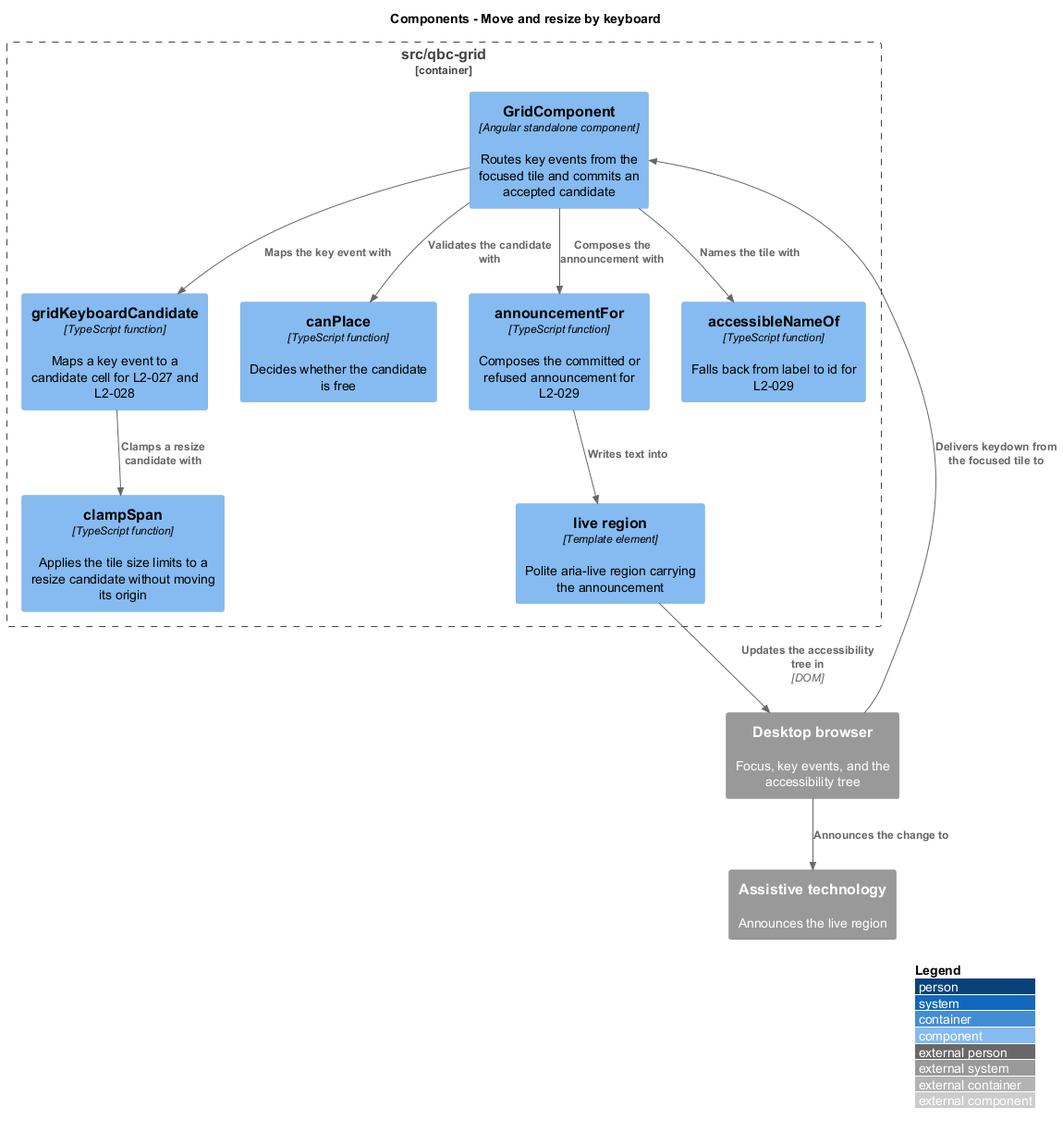
Before: docs/detailed-designs/tile-interaction/move-and-resize-by-keyboard/diagrams/c4-component.png, a diagram exported from PlantUML (QuinntyneBrown/qbc-grid).
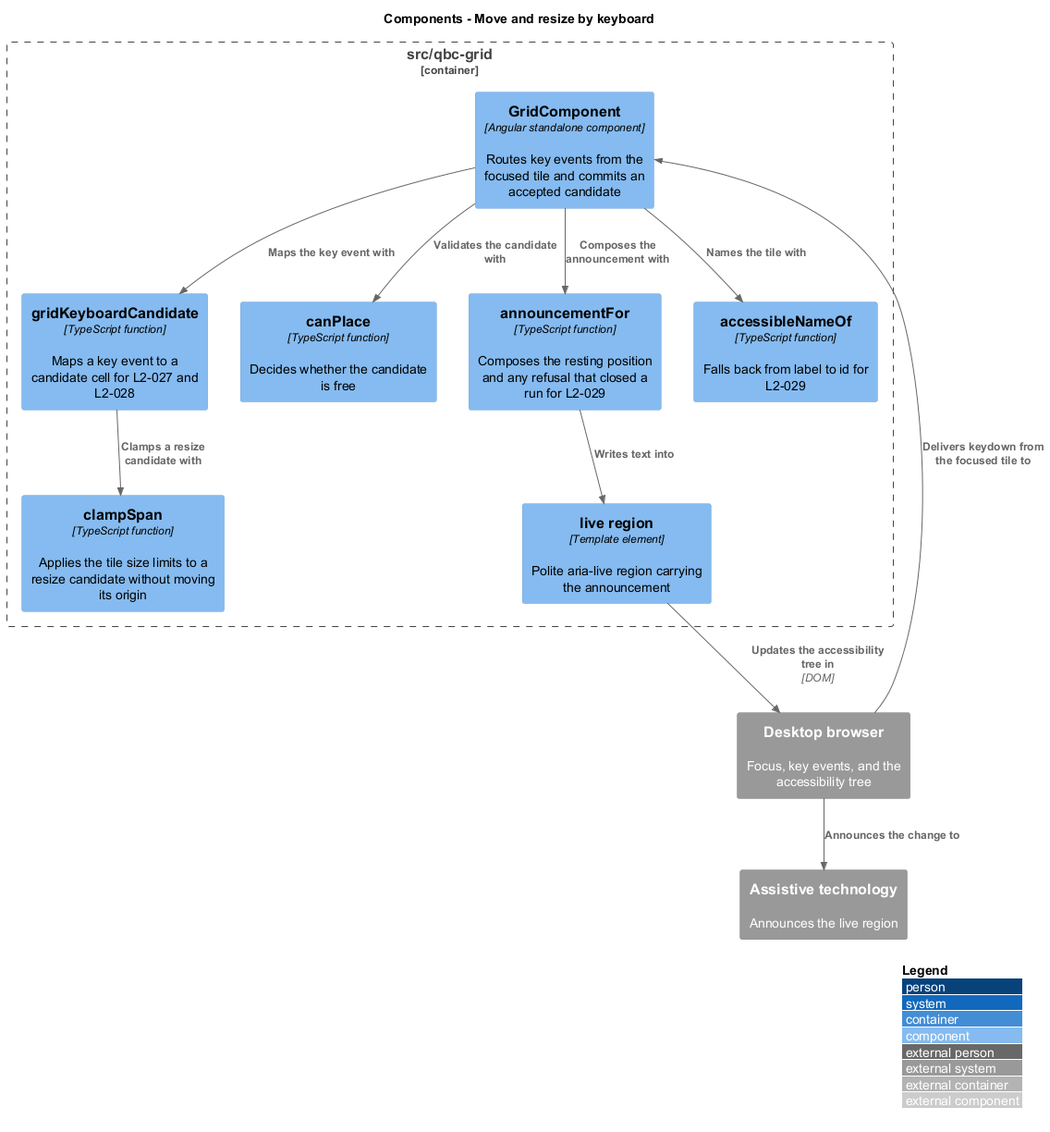
Later version of the same file.

What changed in the source:
```diff
@@ -8,7 +8,7 @@
   Component(keys, "gridKeyboardCandidate", "TypeScript function", "Maps a key event to a candidate cell for L2-027 and L2-028")
   Component(clamp, "clampSpan", "TypeScript function", "Applies the tile size limits to a resize candidate without moving its origin")
   Component(canplace, "canPlace", "TypeScript function", "Decides whether the candidate is free")
-  Component(announce, "announcementFor", "TypeScript function", "Composes the committed or refused announcement for L2-029")
+  Component(announce, "announcementFor", "TypeScript function", "Composes the resting position and any refusal that closed a run for L2-029")
   Component(live, "live region", "Template element", "Polite aria-live region carrying the announcement")
   Component(name, "accessibleNameOf", "TypeScript function", "Falls back from label to id for L2-029")
 }
```
